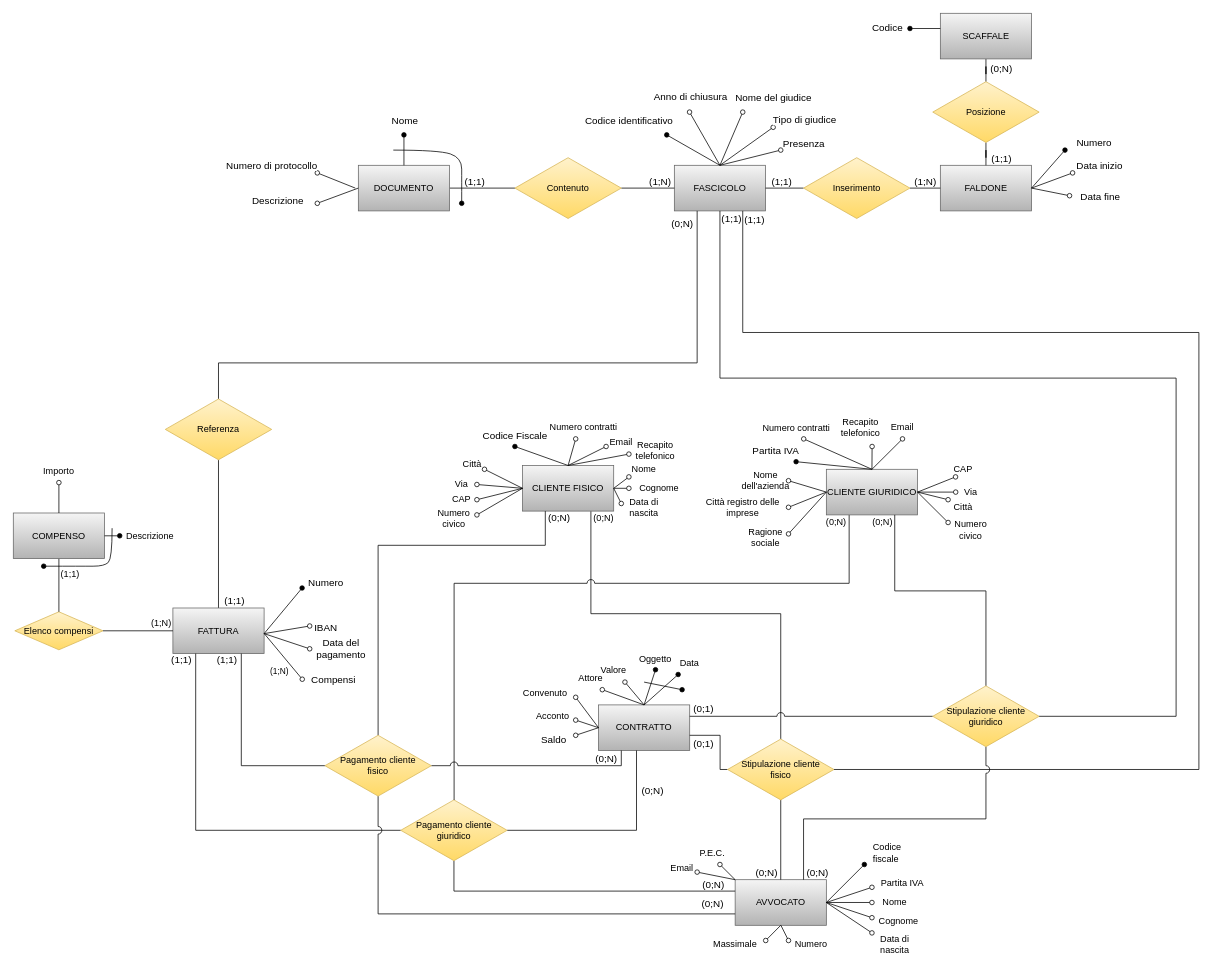
This is DiagrammaER_Completo_Finale.drawio from AndreaCiv/BasiDiDati, a draw.io file, before an edit. Source tidied: cells renumbered, new cells numbered last; positions are measured from the earlier drawing's top-left corner, leaving out a move shared by most shapes. Both pictures are drawn from the tidied source at 76%, with x=0, y=0 at pixel (13, 13).
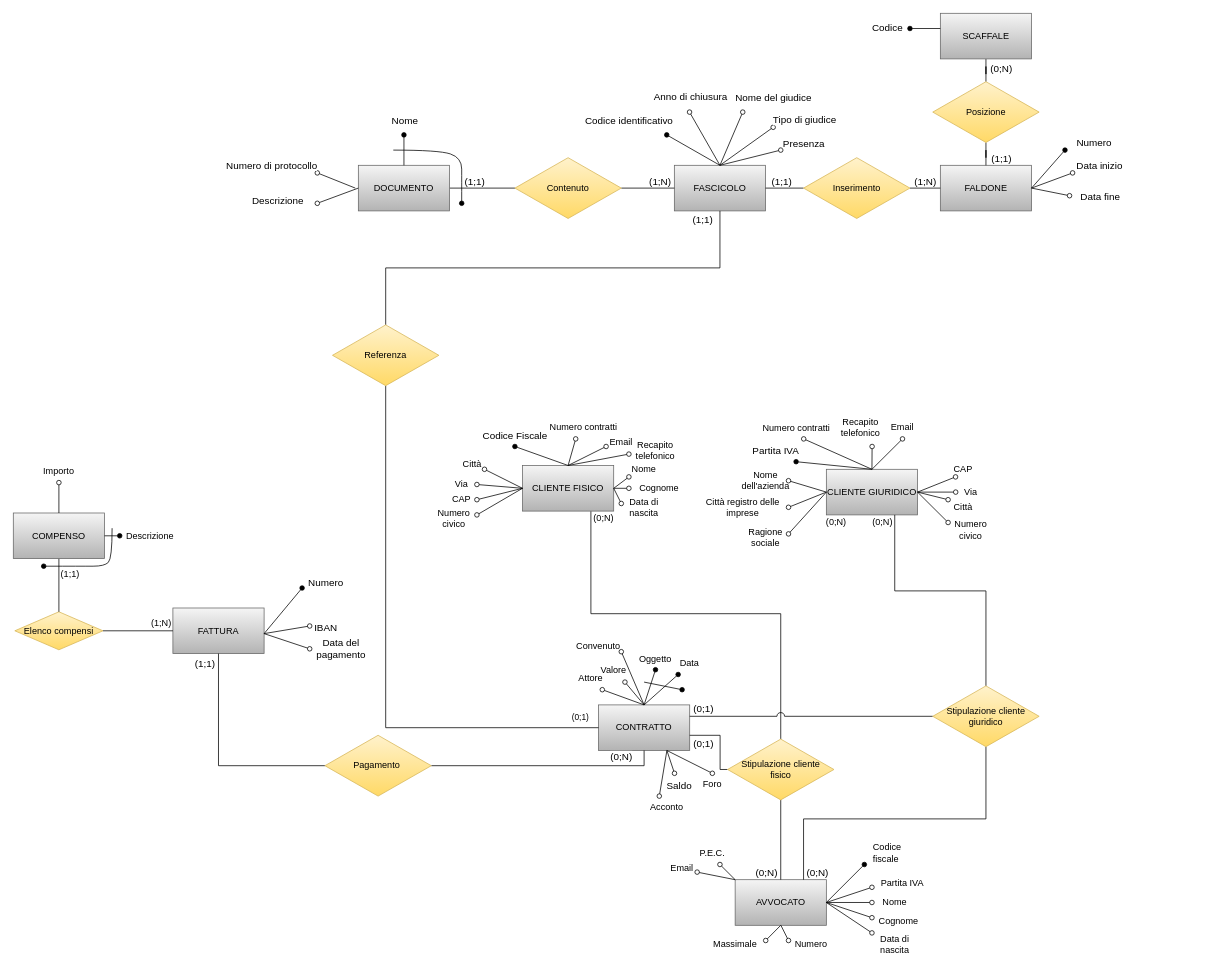
After the change.

Unchanged cells that the change refers to:
```xml
<mxCell id="2" value="FASCICOLO" style="rounded=0;whiteSpace=wrap;html=1;fillColor=#f5f5f5;gradientColor=#b3b3b3;strokeColor=#666666;" parent="1" vertex="1">
  <mxGeometry x="869.8" y="200" width="120" height="60" as="geometry" />
</mxCell>
<mxCell id="45" value="CONTRATTO" style="rounded=0;whiteSpace=wrap;html=1;fillColor=#f5f5f5;gradientColor=#b3b3b3;strokeColor=#666666;" parent="1" vertex="1">
  <mxGeometry x="770" y="910" width="120" height="60" as="geometry" />
</mxCell>
<mxCell id="46" value="AVVOCATO" style="rounded=0;whiteSpace=wrap;html=1;fillColor=#f5f5f5;gradientColor=#b3b3b3;strokeColor=#666666;" parent="1" vertex="1">
  <mxGeometry x="949.8" y="1140" width="120" height="60" as="geometry" />
</mxCell>
<mxCell id="49" value="FATTURA" style="rounded=0;whiteSpace=wrap;html=1;fillColor=#f5f5f5;gradientColor=#b3b3b3;strokeColor=#666666;" parent="1" vertex="1">
  <mxGeometry x="210" y="782.5" width="120" height="60" as="geometry" />
</mxCell>
<mxCell id="57" value="Stipulazione cliente&lt;br&gt;fisico" style="rhombus;whiteSpace=wrap;html=1;fillColor=#fff2cc;gradientColor=#ffd966;strokeColor=#d6b656;" parent="1" vertex="1">
  <mxGeometry x="939.8" y="955" width="140" height="80" as="geometry" />
</mxCell>
<mxCell id="101" value="CLIENTE FISICO" style="rounded=0;whiteSpace=wrap;html=1;fillColor=#f5f5f5;gradientColor=#b3b3b3;strokeColor=#666666;" parent="1" vertex="1">
  <mxGeometry x="670" y="595" width="120" height="60" as="geometry" />
</mxCell>
<mxCell id="103" value="CLIENTE GIURIDICO" style="rounded=0;whiteSpace=wrap;html=1;fillColor=#f5f5f5;gradientColor=#b3b3b3;strokeColor=#666666;" parent="1" vertex="1">
  <mxGeometry x="1069.8" y="600" width="120" height="60" as="geometry" />
</mxCell>
<mxCell id="168" value="Stipulazione cliente&lt;br&gt;giuridico" style="rhombus;whiteSpace=wrap;html=1;fillColor=#fff2cc;gradientColor=#ffd966;strokeColor=#d6b656;" parent="1" vertex="1">
  <mxGeometry x="1209.8" y="885" width="140" height="80" as="geometry" />
</mxCell>
```

What changed in the source:
```diff
@@
-    <mxCell id="47" style="edgeStyle=orthogonalEdgeStyle;rounded=0;jettySize=auto;html=1;entryX=0.5;entryY=1;entryDx=0;entryDy=0;endArrow=none;endFill=0;" parent="1" edge="1" source="49" target="118">
-      <mxGeometry relative="1" as="geometry" />
-    </mxCell>
-    <mxCell id="48" value="&lt;font style=&quot;font-size: 13px&quot;&gt;(1;1)&lt;/font&gt;" style="edgeLabel;html=1;align=center;verticalAlign=middle;" parent="47" vertex="1">
-      <mxGeometry x="-0.75" y="-1" relative="1" as="geometry">
-        <mxPoint x="19" y="14" as="offset" />
-      </mxGeometry>
-    </mxCell>
@@
-    <mxCell id="54" style="edgeStyle=orthogonalEdgeStyle;rounded=0;jettySize=auto;html=1;fontSize=13;endArrow=none;endFill=0;entryX=0.75;entryY=1;entryDx=0;entryDy=0;exitX=1;exitY=0.5;exitDx=0;exitDy=0;" parent="1" edge="1" source="57" target="2">
-      <mxGeometry relative="1" as="geometry">
-        <Array as="points">
-          <mxPoint x="1560" y="995" />
-          <mxPoint x="1560" y="420" />
-          <mxPoint x="960" y="420" />
-        </Array>
-      </mxGeometry>
-    </mxCell>
-    <mxCell id="55" value="(1;1)" style="edgeLabel;html=1;align=center;verticalAlign=middle;fontSize=13;" parent="54" vertex="1">
-      <mxGeometry x="0.97" relative="1" as="geometry">
-        <mxPoint x="15" y="-17" as="offset" />
-      </mxGeometry>
-    </mxCell>
@@
-    <mxCell id="58" style="edgeStyle=orthogonalEdgeStyle;rounded=0;jettySize=auto;html=1;startArrow=none;startFill=0;endArrow=none;endFill=0;" parent="1" edge="1" source="64" target="45">
-      <mxGeometry relative="1" as="geometry">
-        <Array as="points">
-          <mxPoint x="820" y="1075" />
-        </Array>
-      </mxGeometry>
-    </mxCell>
-    <mxCell id="59" value="(0;N)" style="edgeLabel;html=1;align=center;verticalAlign=middle;fontSize=13;" parent="58" vertex="1">
-      <mxGeometry x="0.24" y="3" relative="1" as="geometry">
-        <mxPoint x="23" y="-52" as="offset" />
-      </mxGeometry>
-    </mxCell>
-    <mxCell id="60" style="edgeStyle=orthogonalEdgeStyle;rounded=0;jettySize=auto;html=1;startArrow=none;startFill=0;endArrow=none;endFill=0;" parent="1" edge="1" source="64" target="49">
-      <mxGeometry relative="1" as="geometry">
-        <Array as="points">
-          <mxPoint x="240" y="1075" />
-        </Array>
-      </mxGeometry>
-    </mxCell>
-    <mxCell id="61" value="(1;1)" style="edgeLabel;html=1;align=center;verticalAlign=middle;fontSize=13;" parent="60" vertex="1">
-      <mxGeometry x="-0.66" y="2" relative="1" as="geometry">
-        <mxPoint x="-204" y="-227" as="offset" />
-      </mxGeometry>
-    </mxCell>
-    <mxCell id="62" style="edgeStyle=orthogonalEdgeStyle;rounded=0;jettySize=auto;html=1;startArrow=none;startFill=0;endArrow=none;endFill=0;entryX=0;entryY=0.25;entryDx=0;entryDy=0;exitX=0.5;exitY=1;exitDx=0;exitDy=0;" parent="1" edge="1" source="64" target="46">
-      <mxGeometry relative="1" as="geometry">
-        <Array as="points">
-          <mxPoint x="580" y="1155" />
-        </Array>
-      </mxGeometry>
-    </mxCell>
-    <mxCell id="63" value="(0;N)" style="edgeLabel;html=1;align=center;verticalAlign=middle;fontSize=13;" parent="62" vertex="1">
-      <mxGeometry x="0.92" y="-1" relative="1" as="geometry">
-        <mxPoint x="-13" y="-11" as="offset" />
-      </mxGeometry>
-    </mxCell>
-    <mxCell id="64" value="Pagamento cliente &lt;br&gt;giuridico" style="rhombus;whiteSpace=wrap;html=1;fillColor=#fff2cc;gradientColor=#ffd966;strokeColor=#d6b656;" parent="1" vertex="1">
-      <mxGeometry x="509.8" y="1035" width="140" height="80" as="geometry" />
-    </mxCell>
@@
-    <mxCell id="77" style="endArrow=oval;html=1;rounded=0;endFill=0;exitX=0;exitY=0.5;exitDx=0;exitDy=0;" parent="1" edge="1" source="45">
+    <mxCell id="77" style="endArrow=oval;html=1;rounded=0;endFill=0;exitX=0.5;exitY=0;exitDx=0;exitDy=0;" parent="1" edge="1" source="45">
       <mxGeometry relative="1" as="geometry">
-        <mxPoint x="740" y="900" as="targetPoint" />
+        <mxPoint x="800" y="840" as="targetPoint" />
       </mxGeometry>
     </mxCell>
     <mxCell id="78" value="Convenuto" style="text;html=1;strokeColor=none;fillColor=none;align=center;verticalAlign=middle;whiteSpace=wrap;rounded=0;" parent="1" vertex="1">
-      <mxGeometry x="670" y="880" width="60" height="30" as="geometry" />
+      <mxGeometry x="740" y="817.5" width="60" height="30" as="geometry" />
     </mxCell>
-    <mxCell id="79" style="endArrow=oval;html=1;rounded=0;endFill=0;exitX=0;exitY=0.5;exitDx=0;exitDy=0;" parent="1" edge="1" source="45">
+    <mxCell id="79" style="endArrow=oval;html=1;rounded=0;endFill=0;" parent="1" edge="1">
       <mxGeometry relative="1" as="geometry">
-        <mxPoint x="740" y="930" as="targetPoint" />
+        <mxPoint x="860" y="970" as="sourcePoint" />
+        <mxPoint x="850" y="1030" as="targetPoint" />
       </mxGeometry>
     </mxCell>
     <mxCell id="80" value="Acconto" style="text;html=1;strokeColor=none;fillColor=none;align=center;verticalAlign=middle;whiteSpace=wrap;rounded=0;" parent="1" vertex="1">
-      <mxGeometry x="680" y="910" width="60" height="30" as="geometry" />
+      <mxGeometry x="830" y="1030" width="60" height="30" as="geometry" />
     </mxCell>
@@
-    <mxCell id="102" style="edgeStyle=orthogonalEdgeStyle;rounded=0;jettySize=auto;html=1;exitX=0.25;exitY=1;exitDx=0;exitDy=0;endArrow=none;endFill=0;jumpStyle=arc;jumpSize=10;" parent="1" edge="1" source="103" target="64">
-      <mxGeometry relative="1" as="geometry">
-        <Array as="points">
-          <mxPoint x="1100" y="750" />
-          <mxPoint x="580" y="750" />
-        </Array>
-      </mxGeometry>
-    </mxCell>
@@
-    <mxCell id="116" style="edgeStyle=orthogonalEdgeStyle;rounded=0;jettySize=auto;html=1;entryX=0.25;entryY=1;entryDx=0;entryDy=0;endArrow=none;endFill=0;" parent="1" edge="1" source="118" target="2">
-      <mxGeometry relative="1" as="geometry">
-        <Array as="points">
-          <mxPoint x="270" y="460" />
-          <mxPoint x="900" y="460" />
-        </Array>
-      </mxGeometry>
-    </mxCell>
-    <mxCell id="117" value="(0;N)" style="edgeLabel;html=1;align=center;verticalAlign=middle;fontSize=13;" parent="116" vertex="1">
-      <mxGeometry x="0.95" relative="1" as="geometry">
-        <mxPoint x="-20" y="-6" as="offset" />
-      </mxGeometry>
-    </mxCell>
-    <mxCell id="118" value="Referenza" style="rhombus;whiteSpace=wrap;html=1;fillColor=#fff2cc;gradientColor=#ffd966;strokeColor=#d6b656;" parent="1" vertex="1">
-      <mxGeometry x="200" y="507.5" width="140" height="80" as="geometry" />
-    </mxCell>
@@
-    <mxCell id="120" style="endArrow=oval;html=1;rounded=0;fontSize=13;endFill=0;" parent="1" edge="1">
-      <mxGeometry relative="1" as="geometry">
-        <mxPoint x="330.2" y="816.2" as="sourcePoint" />
-        <mxPoint x="380.2" y="876.2" as="targetPoint" />
-      </mxGeometry>
-    </mxCell>
-    <mxCell id="121" value="Compensi" style="edgeLabel;html=1;align=center;verticalAlign=middle;fontSize=13;" parent="120" vertex="1">
-      <mxGeometry x="0.35" y="2" relative="1" as="geometry">
-        <mxPoint x="55" y="21" as="offset" />
-      </mxGeometry>
-    </mxCell>
-    <mxCell id="122" value="(1;N)" style="edgeLabel;html=1;align=center;verticalAlign=middle;" parent="120" vertex="1">
-      <mxGeometry x="0.27" y="1" relative="1" as="geometry">
-        <mxPoint x="-13" y="12" as="offset" />
-      </mxGeometry>
-    </mxCell>
@@
-    <mxCell id="127" style="endArrow=oval;html=1;rounded=0;endFill=0;exitX=0;exitY=0.5;exitDx=0;exitDy=0;" parent="1" edge="1" source="45">
+    <mxCell id="127" style="endArrow=oval;html=1;rounded=0;endFill=0;exitX=0.75;exitY=1;exitDx=0;exitDy=0;" parent="1" edge="1" source="45">
       <mxGeometry relative="1" as="geometry">
-        <mxPoint x="740" y="950" as="targetPoint" />
+        <mxPoint x="870" y="1000" as="targetPoint" />
       </mxGeometry>
     </mxCell>
     <mxCell id="128" value="&lt;font style=&quot;font-size: 13px&quot;&gt;Saldo&lt;/font&gt;" style="edgeLabel;html=1;align=center;verticalAlign=middle;" parent="127" vertex="1">
       <mxGeometry x="0.45" y="-1" relative="1" as="geometry">
-        <mxPoint x="-37" y="9" as="offset" />
+        <mxPoint x="9" y="23" as="offset" />
       </mxGeometry>
     </mxCell>
@@
-    <mxCell id="157" style="edgeStyle=orthogonalEdgeStyle;rounded=0;jettySize=auto;html=1;entryX=0.75;entryY=1;entryDx=0;entryDy=0;endArrow=none;endFill=0;" parent="1" edge="1" source="161" target="49">
+    <mxCell id="157" style="edgeStyle=orthogonalEdgeStyle;rounded=0;jettySize=auto;html=1;entryX=0.5;entryY=1;entryDx=0;entryDy=0;endArrow=none;endFill=0;" parent="1" edge="1" source="161" target="49">
       <mxGeometry relative="1" as="geometry" />
     </mxCell>
-    <mxCell id="158" style="edgeStyle=orthogonalEdgeStyle;rounded=0;jettySize=auto;html=1;entryX=0.25;entryY=1;entryDx=0;entryDy=0;endArrow=none;endFill=0;" parent="1" edge="1" source="161" target="101">
-      <mxGeometry relative="1" as="geometry">
-        <Array as="points">
-          <mxPoint x="480" y="700" />
-          <mxPoint x="700" y="700" />
-        </Array>
-      </mxGeometry>
-    </mxCell>
-    <mxCell id="159" style="edgeStyle=orthogonalEdgeStyle;rounded=0;jettySize=auto;html=1;entryX=0.25;entryY=1;entryDx=0;entryDy=0;endArrow=none;endFill=0;jumpStyle=arc;jumpSize=10;" parent="1" edge="1" source="161" target="45">
+    <mxCell id="159" style="edgeStyle=orthogonalEdgeStyle;rounded=0;jettySize=auto;html=1;entryX=0.5;entryY=1;entryDx=0;entryDy=0;endArrow=none;endFill=0;jumpStyle=arc;jumpSize=10;" parent="1" edge="1" source="161" target="45">
       <mxGeometry relative="1" as="geometry" />
     </mxCell>
-    <mxCell id="160" style="edgeStyle=orthogonalEdgeStyle;rounded=0;jumpStyle=arc;jettySize=auto;html=1;entryX=0;entryY=0.75;entryDx=0;entryDy=0;endArrow=none;endFill=0;jumpSize=10;" parent="1" edge="1" source="161" target="46">
-      <mxGeometry relative="1" as="geometry">
-        <Array as="points">
-          <mxPoint x="480" y="1185" />
-        </Array>
-      </mxGeometry>
-    </mxCell>
-    <mxCell id="161" value="Pagamento cliente&lt;br&gt;fisico" style="rhombus;whiteSpace=wrap;html=1;fillColor=#fff2cc;gradientColor=#ffd966;strokeColor=#d6b656;" parent="1" vertex="1">
+    <mxCell id="161" value="Pagamento&amp;nbsp;" style="rhombus;whiteSpace=wrap;html=1;fillColor=#fff2cc;gradientColor=#ffd966;strokeColor=#d6b656;" parent="1" vertex="1">
       <mxGeometry x="410" y="950" width="140" height="80" as="geometry" />
     </mxCell>
-    <mxCell id="162" value="(0;N)" style="edgeLabel;html=1;align=center;verticalAlign=middle;fontSize=13;" parent="1" vertex="1">
-      <mxGeometry x="919.8" y="1170" as="geometry" />
-    </mxCell>
     <mxCell id="163" value="(1;1)" style="edgeLabel;html=1;align=center;verticalAlign=middle;fontSize=13;" parent="1" vertex="1">
-      <mxGeometry x="280" y="850" as="geometry" />
+      <mxGeometry x="260" y="837.5" as="geometry">
+        <mxPoint x="-9" y="18" as="offset" />
+      </mxGeometry>
     </mxCell>
     <mxCell id="164" value="(0;N)" style="edgeLabel;html=1;align=center;verticalAlign=middle;fontSize=13;" parent="1" vertex="1">
-      <mxGeometry x="779.8" y="980" as="geometry" />
+      <mxGeometry x="779.8" y="980" as="geometry">
+        <mxPoint x="20" y="-3" as="offset" />
+      </mxGeometry>
     </mxCell>
@@
-    <mxCell id="170" style="edgeStyle=orthogonalEdgeStyle;rounded=0;jettySize=auto;html=1;fontSize=13;endArrow=none;endFill=0;entryX=0.5;entryY=1;entryDx=0;entryDy=0;exitX=1;exitY=0.5;exitDx=0;exitDy=0;" parent="1" edge="1" source="168" target="2">
-      <mxGeometry relative="1" as="geometry">
-        <Array as="points">
-          <mxPoint x="1530" y="925" />
-          <mxPoint x="1530" y="480" />
-          <mxPoint x="930" y="480" />
-        </Array>
-      </mxGeometry>
-    </mxCell>
-    <mxCell id="171" value="(1;1)" style="edgeLabel;html=1;align=center;verticalAlign=middle;fontSize=13;" parent="170" vertex="1">
-      <mxGeometry x="0.97" relative="1" as="geometry">
-        <mxPoint x="15" y="-12" as="offset" />
-      </mxGeometry>
-    </mxCell>
@@
-    <mxCell id="173" value="(0;N)" style="edgeLabel;html=1;align=center;verticalAlign=middle;fontSize=13;" parent="1" vertex="1">
-      <mxGeometry x="799.8" y="995" as="geometry">
-        <mxPoint x="-82" y="-332" as="offset" />
-      </mxGeometry>
-    </mxCell>
@@
+    <mxCell id="189" style="edgeStyle=orthogonalEdgeStyle;rounded=0;jettySize=auto;html=1;entryX=0;entryY=0.5;entryDx=0;entryDy=0;endArrow=none;endFill=0;" parent="1" edge="1" source="118" target="45">
+      <mxGeometry relative="1" as="geometry">
+        <Array as="points">
+          <mxPoint x="490" y="940" />
+        </Array>
+      </mxGeometry>
+    </mxCell>
+    <mxCell id="190" value="(0;1)" style="edgeLabel;html=1;align=center;verticalAlign=middle;" parent="189" vertex="1">
+      <mxGeometry x="0.94" y="6" relative="1" as="geometry">
+        <mxPoint x="-3" y="-9" as="offset" />
+      </mxGeometry>
+    </mxCell>
+    <mxCell id="116" style="edgeStyle=orthogonalEdgeStyle;rounded=0;jettySize=auto;html=1;entryX=0.5;entryY=1;entryDx=0;entryDy=0;endArrow=none;endFill=0;exitX=0.5;exitY=0;exitDx=0;exitDy=0;" parent="1" edge="1" source="118" target="2">
+      <mxGeometry relative="1" as="geometry" />
+    </mxCell>
+    <mxCell id="118" value="Referenza" style="rhombus;whiteSpace=wrap;html=1;fillColor=#fff2cc;gradientColor=#ffd966;strokeColor=#d6b656;" parent="1" vertex="1">
+      <mxGeometry x="420" y="410" width="140" height="80" as="geometry" />
+    </mxCell>
+    <mxCell id="191" value="Foro" style="text;html=1;strokeColor=none;fillColor=none;align=center;verticalAlign=middle;whiteSpace=wrap;rounded=0;" parent="1" vertex="1">
+      <mxGeometry x="889.8" y="1000" width="60" height="30" as="geometry" />
+    </mxCell>
+    <mxCell id="192" style="endArrow=oval;html=1;rounded=0;exitX=0.75;exitY=1;exitDx=0;exitDy=0;entryX=0.5;entryY=0;entryDx=0;entryDy=0;endFill=0;" parent="1" edge="1" source="45" target="191">
+      <mxGeometry relative="1" as="geometry" />
+    </mxCell>
+    <mxCell id="193" value="(1;1)" style="edgeLabel;html=1;align=center;verticalAlign=middle;fontSize=13;" parent="1" vertex="1">
+      <mxGeometry x="410" y="200" as="geometry">
+        <mxPoint x="496" y="70" as="offset" />
+      </mxGeometry>
+    </mxCell>
```
